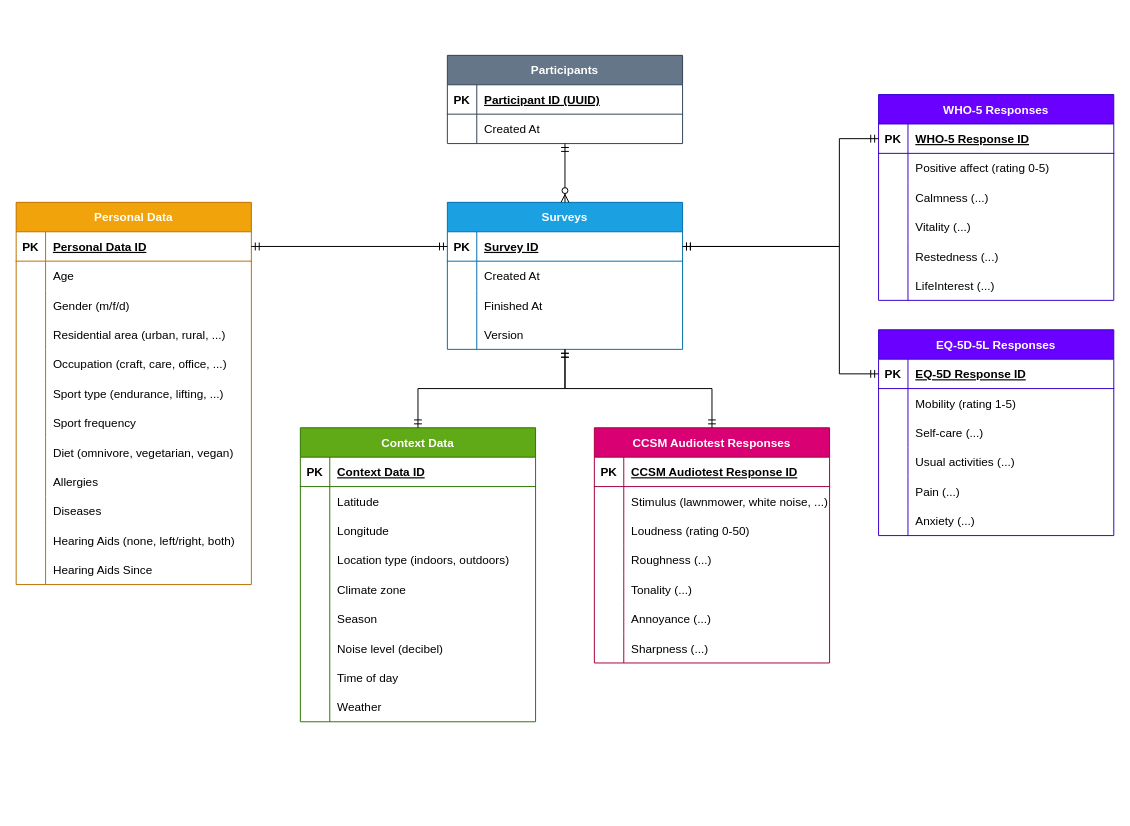
ArmerSchluca/prefhearable-backend keeps this draw.io diagram as src/ER-Diagramm.drawio. Above is the earlier version. Source tidied: cells renumbered, new cells numbered last; positions are measured from the earlier drawing's top-left corner, leaving out a move shared by most shapes. Both pictures are drawn from the tidied source at 98%, with x=0, y=0 at pixel (16, 55).
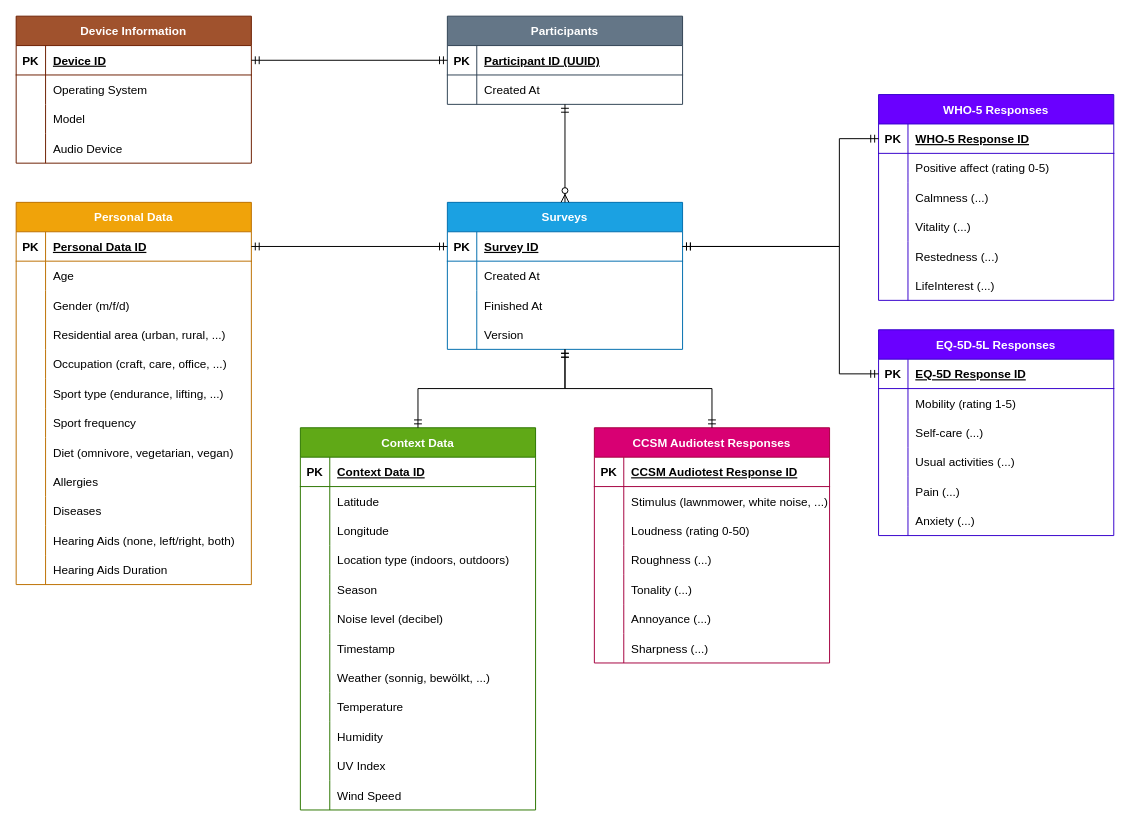
The same diagram, later.

Commit message (it also covers changes not shown here):
extended database scheme (weather)

Unchanged cells that the change refers to:
```xml
<mxCell id="3" style="shape=tableRow;horizontal=0;startSize=0;swimlaneHead=0;swimlaneBody=0;fillColor=none;points=[[0,0.5],[1,0.5]];portConstraint=eastwest;strokeColor=inherit;top=0;left=0;right=0;bottom=1;" parent="2" vertex="1">
  <mxGeometry y="30" width="240" height="30" as="geometry" />
</mxCell>
<mxCell id="56" style="shape=tableRow;horizontal=0;startSize=0;swimlaneHead=0;swimlaneBody=0;fillColor=none;strokeColor=inherit;top=0;left=0;right=0;bottom=0;" parent="22" vertex="1">
  <mxGeometry y="360" width="240" height="30" as="geometry" />
</mxCell>
```

What changed in the source:
```diff
@@
     <mxCell id="2" value="Participants" style="shape=table;startSize=30;childLayout=tableLayout;rowLines=0;fontStyle=1;align=center;fillColor=#647687;fontColor=#ffffff;strokeColor=#314354;" parent="1" vertex="1">
-      <mxGeometry x="440" width="240" height="90" as="geometry" />
+      <mxGeometry x="440" y="-40" width="240" height="90" as="geometry" />
     </mxCell>
@@
-    <mxCell id="58" value="Hearing Aids Since" style="shape=partialRectangle;overflow=hidden;fillColor=none;align=left;strokeColor=inherit;top=0;left=0;bottom=0;right=0;spacingLeft=6;" parent="56" vertex="1">
+    <mxCell id="58" value="Hearing Aids Duration" style="shape=partialRectangle;overflow=hidden;fillColor=none;align=left;strokeColor=inherit;top=0;left=0;bottom=0;right=0;spacingLeft=6;" parent="56" vertex="1">
       <mxGeometry x="30" width="210" height="30" as="geometry" />
     </mxCell>
     <mxCell id="59" value="Context Data" style="shape=table;startSize=30;childLayout=tableLayout;rowLines=0;fontStyle=1;align=center;fillColor=#60a917;strokeColor=#2D7600;fontColor=#ffffff;" parent="1" vertex="1">
-      <mxGeometry x="290" y="380" width="240" height="300" as="geometry" />
+      <mxGeometry x="290" y="380" width="240" height="390" as="geometry" />
     </mxCell>
@@
-    <mxCell id="72" style="shape=tableRow;horizontal=0;startSize=0;swimlaneHead=0;swimlaneBody=0;fillColor=none;strokeColor=inherit;top=0;left=0;right=0;bottom=0;" parent="59" vertex="1">
-      <mxGeometry y="150" width="240" height="30" as="geometry" />
-    </mxCell>
-    <mxCell id="73" style="shape=partialRectangle;overflow=hidden;fillColor=none;strokeColor=inherit;top=0;left=0;bottom=0;right=0;" parent="72" vertex="1">
-      <mxGeometry width="30" height="30" as="geometry" />
-    </mxCell>
-    <mxCell id="74" value="Climate zone" style="shape=partialRectangle;overflow=hidden;fillColor=none;align=left;strokeColor=inherit;top=0;left=0;bottom=0;right=0;spacingLeft=6;" parent="72" vertex="1">
-      <mxGeometry x="30" width="210" height="30" as="geometry" />
-    </mxCell>
     <mxCell id="75" style="shape=tableRow;horizontal=0;startSize=0;swimlaneHead=0;swimlaneBody=0;fillColor=none;strokeColor=inherit;top=0;left=0;right=0;bottom=0;" parent="59" vertex="1">
-      <mxGeometry y="180" width="240" height="30" as="geometry" />
+      <mxGeometry y="150" width="240" height="30" as="geometry" />
     </mxCell>
@@
     <mxCell id="78" style="shape=tableRow;horizontal=0;startSize=0;swimlaneHead=0;swimlaneBody=0;fillColor=none;strokeColor=inherit;top=0;left=0;right=0;bottom=0;" parent="59" vertex="1">
-      <mxGeometry y="210" width="240" height="30" as="geometry" />
+      <mxGeometry y="180" width="240" height="30" as="geometry" />
     </mxCell>
@@
     <mxCell id="81" style="shape=tableRow;horizontal=0;startSize=0;swimlaneHead=0;swimlaneBody=0;fillColor=none;strokeColor=inherit;top=0;left=0;right=0;bottom=0;" parent="59" vertex="1">
-      <mxGeometry y="240" width="240" height="30" as="geometry" />
+      <mxGeometry y="210" width="240" height="30" as="geometry" />
     </mxCell>
@@
-    <mxCell id="83" value="Time of day" style="shape=partialRectangle;overflow=hidden;fillColor=none;align=left;strokeColor=inherit;top=0;left=0;bottom=0;right=0;spacingLeft=6;" parent="81" vertex="1">
+    <mxCell id="83" value="Timestamp" style="shape=partialRectangle;overflow=hidden;fillColor=none;align=left;strokeColor=inherit;top=0;left=0;bottom=0;right=0;spacingLeft=6;" parent="81" vertex="1">
       <mxGeometry x="30" width="210" height="30" as="geometry" />
     </mxCell>
+    <mxCell id="153" style="shape=tableRow;horizontal=0;startSize=0;swimlaneHead=0;swimlaneBody=0;fillColor=none;strokeColor=inherit;top=0;left=0;right=0;bottom=0;" parent="59" vertex="1">
+      <mxGeometry y="240" width="240" height="30" as="geometry" />
+    </mxCell>
+    <mxCell id="154" style="shape=partialRectangle;overflow=hidden;fillColor=none;strokeColor=inherit;top=0;left=0;bottom=0;right=0;" parent="153" vertex="1">
+      <mxGeometry width="30" height="30" as="geometry" />
+    </mxCell>
+    <mxCell id="155" value="Weather (sonnig, bewölkt, ...)" style="shape=partialRectangle;overflow=hidden;fillColor=none;align=left;strokeColor=inherit;top=0;left=0;bottom=0;right=0;spacingLeft=6;" parent="153" vertex="1">
+      <mxGeometry x="30" width="210" height="30" as="geometry" />
+    </mxCell>
+    <mxCell id="156" style="shape=tableRow;horizontal=0;startSize=0;swimlaneHead=0;swimlaneBody=0;fillColor=none;strokeColor=inherit;top=0;left=0;right=0;bottom=0;" parent="59" vertex="1">
+      <mxGeometry y="270" width="240" height="30" as="geometry" />
+    </mxCell>
+    <mxCell id="157" style="shape=partialRectangle;overflow=hidden;fillColor=none;strokeColor=inherit;top=0;left=0;bottom=0;right=0;" parent="156" vertex="1">
+      <mxGeometry width="30" height="30" as="geometry" />
+    </mxCell>
+    <mxCell id="158" value="Temperature" style="shape=partialRectangle;overflow=hidden;fillColor=none;align=left;strokeColor=inherit;top=0;left=0;bottom=0;right=0;spacingLeft=6;" parent="156" vertex="1">
+      <mxGeometry x="30" width="210" height="30" as="geometry" />
+    </mxCell>
+    <mxCell id="159" style="shape=tableRow;horizontal=0;startSize=0;swimlaneHead=0;swimlaneBody=0;fillColor=none;strokeColor=inherit;top=0;left=0;right=0;bottom=0;" parent="59" vertex="1">
+      <mxGeometry y="300" width="240" height="30" as="geometry" />
+    </mxCell>
+    <mxCell id="160" style="shape=partialRectangle;overflow=hidden;fillColor=none;strokeColor=inherit;top=0;left=0;bottom=0;right=0;" parent="159" vertex="1">
+      <mxGeometry width="30" height="30" as="geometry" />
+    </mxCell>
+    <mxCell id="161" value="Humidity" style="shape=partialRectangle;overflow=hidden;fillColor=none;align=left;strokeColor=inherit;top=0;left=0;bottom=0;right=0;spacingLeft=6;" parent="159" vertex="1">
+      <mxGeometry x="30" width="210" height="30" as="geometry" />
+    </mxCell>
+    <mxCell id="162" style="shape=tableRow;horizontal=0;startSize=0;swimlaneHead=0;swimlaneBody=0;fillColor=none;strokeColor=inherit;top=0;left=0;right=0;bottom=0;" parent="59" vertex="1">
+      <mxGeometry y="330" width="240" height="30" as="geometry" />
+    </mxCell>
+    <mxCell id="163" style="shape=partialRectangle;overflow=hidden;fillColor=none;strokeColor=inherit;top=0;left=0;bottom=0;right=0;" parent="162" vertex="1">
+      <mxGeometry width="30" height="30" as="geometry" />
+    </mxCell>
+    <mxCell id="164" value="UV Index" style="shape=partialRectangle;overflow=hidden;fillColor=none;align=left;strokeColor=inherit;top=0;left=0;bottom=0;right=0;spacingLeft=6;" parent="162" vertex="1">
+      <mxGeometry x="30" width="210" height="30" as="geometry" />
+    </mxCell>
     <mxCell id="84" style="shape=tableRow;horizontal=0;startSize=0;swimlaneHead=0;swimlaneBody=0;fillColor=none;strokeColor=inherit;top=0;left=0;right=0;bottom=0;" parent="59" vertex="1">
-      <mxGeometry y="270" width="240" height="30" as="geometry" />
+      <mxGeometry y="360" width="240" height="30" as="geometry" />
     </mxCell>
@@
-    <mxCell id="86" value="Weather" style="shape=partialRectangle;overflow=hidden;fillColor=none;align=left;strokeColor=inherit;top=0;left=0;bottom=0;right=0;spacingLeft=6;" parent="84" vertex="1">
+    <mxCell id="86" value="Wind Speed" style="shape=partialRectangle;overflow=hidden;fillColor=none;align=left;strokeColor=inherit;top=0;left=0;bottom=0;right=0;spacingLeft=6;" parent="84" vertex="1">
       <mxGeometry x="30" width="210" height="30" as="geometry" />
     </mxCell>
@@
+    <mxCell id="165" value="Device Information" style="shape=table;startSize=30;childLayout=tableLayout;rowLines=0;fontStyle=1;align=center;fillColor=#a0522d;fontColor=#ffffff;strokeColor=#6D1F00;" parent="1" vertex="1">
+      <mxGeometry y="-40" width="240" height="150" as="geometry" />
+    </mxCell>
+    <mxCell id="166" style="shape=tableRow;horizontal=0;startSize=0;swimlaneHead=0;swimlaneBody=0;fillColor=none;points=[[0,0.5],[1,0.5]];portConstraint=eastwest;strokeColor=inherit;top=0;left=0;right=0;bottom=1;" parent="165" vertex="1">
+      <mxGeometry y="30" width="240" height="30" as="geometry" />
+    </mxCell>
+    <mxCell id="167" value="PK" style="shape=partialRectangle;overflow=hidden;fillColor=none;strokeColor=inherit;top=0;left=0;bottom=0;right=0;fontStyle=1;" parent="166" vertex="1">
+      <mxGeometry width="30" height="30" as="geometry" />
+    </mxCell>
+    <mxCell id="168" value="Device ID" style="shape=partialRectangle;overflow=hidden;fillColor=none;align=left;strokeColor=inherit;top=0;left=0;bottom=0;right=0;spacingLeft=6;fontStyle=5;" parent="166" vertex="1">
+      <mxGeometry x="30" width="210" height="30" as="geometry" />
+    </mxCell>
+    <mxCell id="169" style="shape=tableRow;horizontal=0;startSize=0;swimlaneHead=0;swimlaneBody=0;fillColor=none;strokeColor=inherit;top=0;left=0;right=0;bottom=0;" parent="165" vertex="1">
+      <mxGeometry y="60" width="240" height="30" as="geometry" />
+    </mxCell>
+    <mxCell id="170" style="shape=partialRectangle;overflow=hidden;fillColor=none;strokeColor=inherit;top=0;left=0;bottom=0;right=0;" parent="169" vertex="1">
+      <mxGeometry width="30" height="30" as="geometry" />
+    </mxCell>
+    <mxCell id="171" value="Operating System" style="shape=partialRectangle;overflow=hidden;fillColor=none;align=left;strokeColor=inherit;top=0;left=0;bottom=0;right=0;spacingLeft=6;" parent="169" vertex="1">
+      <mxGeometry x="30" width="210" height="30" as="geometry" />
+    </mxCell>
+    <mxCell id="172" style="shape=tableRow;horizontal=0;startSize=0;swimlaneHead=0;swimlaneBody=0;fillColor=none;strokeColor=inherit;top=0;left=0;right=0;bottom=0;" parent="165" vertex="1">
+      <mxGeometry y="90" width="240" height="30" as="geometry" />
+    </mxCell>
+    <mxCell id="173" style="shape=partialRectangle;overflow=hidden;fillColor=none;strokeColor=inherit;top=0;left=0;bottom=0;right=0;" parent="172" vertex="1">
+      <mxGeometry width="30" height="30" as="geometry" />
+    </mxCell>
+    <mxCell id="174" value="Model" style="shape=partialRectangle;overflow=hidden;fillColor=none;align=left;strokeColor=inherit;top=0;left=0;bottom=0;right=0;spacingLeft=6;" parent="172" vertex="1">
+      <mxGeometry x="30" width="210" height="30" as="geometry" />
+    </mxCell>
+    <mxCell id="175" style="shape=tableRow;horizontal=0;startSize=0;swimlaneHead=0;swimlaneBody=0;fillColor=none;strokeColor=inherit;top=0;left=0;right=0;bottom=0;" parent="165" vertex="1">
+      <mxGeometry y="120" width="240" height="30" as="geometry" />
+    </mxCell>
+    <mxCell id="176" style="shape=partialRectangle;overflow=hidden;fillColor=none;strokeColor=inherit;top=0;left=0;bottom=0;right=0;" parent="175" vertex="1">
+      <mxGeometry width="30" height="30" as="geometry" />
+    </mxCell>
+    <mxCell id="177" value="Audio Device" style="shape=partialRectangle;overflow=hidden;fillColor=none;align=left;strokeColor=inherit;top=0;left=0;bottom=0;right=0;spacingLeft=6;" parent="175" vertex="1">
+      <mxGeometry x="30" width="210" height="30" as="geometry" />
+    </mxCell>
+    <mxCell id="178" style="edgeStyle=orthogonalEdgeStyle;fontSize=12;html=1;endArrow=ERmandOne;startArrow=ERmandOne;rounded=0;exitX=1;exitY=0.5;exitDx=0;exitDy=0;entryX=0;entryY=0.5;entryDx=0;entryDy=0;" parent="1" edge="1" source="166" target="3">
+      <mxGeometry relative="1" as="geometry" />
+    </mxCell>
```
